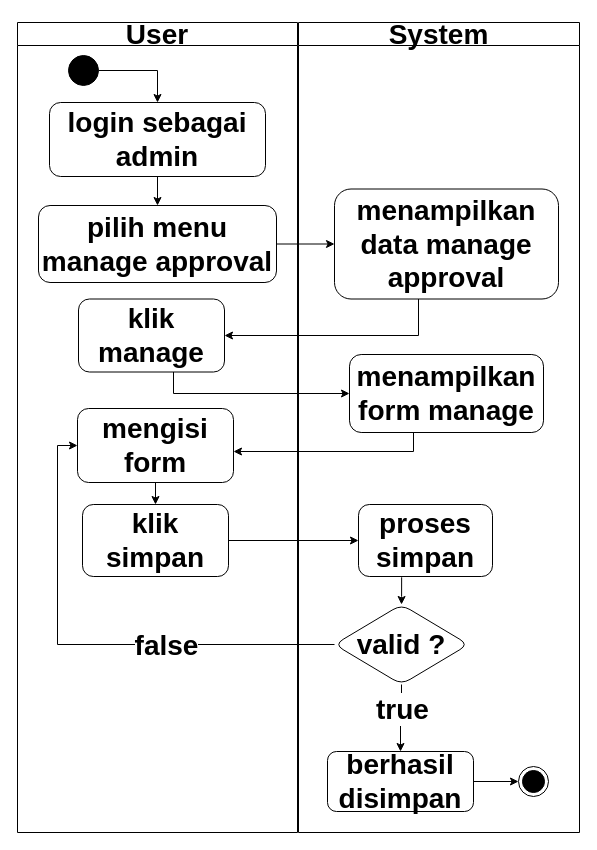
Before: page "Copy of Activity anggota" (9 of 43) of public/Untitled Diagram.drawio in alinurd/simpanPinjam, a draw.io diagram. Source tidied: cells renumbered, new cells numbered last; positions are measured from the earlier drawing's top-left corner, leaving out a move shared by most shapes. Both pictures are drawn from the tidied source at 100%, with x=0, y=0 at pixel (17, 22).
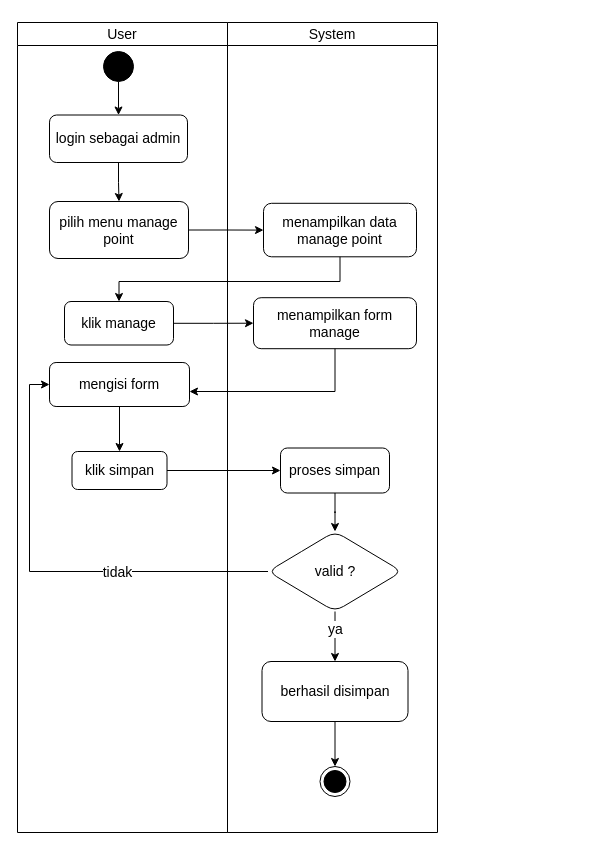
The same diagram, later.

Diff of the diagram source:
```diff
@@
-    <mxCell id="2" style="group;fontSize=28;fontStyle=1;" parent="1" vertex="1">
+    <mxCell id="2" style="group;fontSize=14;fontStyle=0;" parent="1" vertex="1">
       <mxGeometry width="562" height="810" as="geometry" />
     </mxCell>
-    <mxCell id="3" value="User" style="swimlane;whiteSpace=wrap;html=1;fontSize=28;fontStyle=1;" parent="2" vertex="1">
-      <mxGeometry width="280" height="810" as="geometry" />
+    <mxCell id="3" value="User" style="swimlane;whiteSpace=wrap;html=1;fontSize=14;fontStyle=0;" parent="2" vertex="1">
+      <mxGeometry width="210" height="810" as="geometry" />
     </mxCell>
-    <mxCell id="4" style="edgeStyle=orthogonalEdgeStyle;rounded=0;jettySize=auto;html=1;fontSize=28;fontStyle=1;" parent="3" edge="1" source="5" target="6">
+    <mxCell id="4" style="edgeStyle=orthogonalEdgeStyle;rounded=0;jettySize=auto;html=1;fontSize=14;fontStyle=0;" parent="3" edge="1" source="5" target="6">
       <mxGeometry relative="1" as="geometry" />
     </mxCell>
-    <mxCell id="5" value="login sebagai admin" style="rounded=1;whiteSpace=wrap;html=1;fontSize=28;fontStyle=1;" parent="3" vertex="1">
-      <mxGeometry x="32" y="80" width="216" height="74" as="geometry" />
+    <mxCell id="5" value="login sebagai admin" style="rounded=1;whiteSpace=wrap;html=1;fontSize=14;fontStyle=0;" parent="3" vertex="1">
+      <mxGeometry x="32" y="92.5" width="138" height="47.5" as="geometry" />
     </mxCell>
-    <mxCell id="6" value="pilih menu manage approval" style="rounded=1;whiteSpace=wrap;html=1;fontSize=28;fontStyle=1;" parent="3" vertex="1">
-      <mxGeometry x="21" y="183" width="238" height="77" as="geometry" />
+    <mxCell id="6" value="pilih menu manage point" style="rounded=1;whiteSpace=wrap;html=1;fontSize=14;fontStyle=0;" parent="3" vertex="1">
+      <mxGeometry x="32" y="179" width="139" height="57" as="geometry" />
     </mxCell>
-    <mxCell id="7" value="klik manage" style="rounded=1;whiteSpace=wrap;html=1;fontSize=28;fontStyle=1;" parent="3" vertex="1">
-      <mxGeometry x="61" y="276.5" width="146" height="73" as="geometry" />
+    <mxCell id="7" value="klik manage" style="rounded=1;whiteSpace=wrap;html=1;fontSize=14;fontStyle=0;" parent="3" vertex="1">
+      <mxGeometry x="47" y="279" width="109" height="43.5" as="geometry" />
     </mxCell>
-    <mxCell id="8" style="edgeStyle=orthogonalEdgeStyle;rounded=0;jettySize=auto;html=1;fontSize=28;fontStyle=1;" parent="3" edge="1" source="9" target="10">
+    <mxCell id="8" style="edgeStyle=orthogonalEdgeStyle;rounded=0;jettySize=auto;html=1;fontSize=14;fontStyle=0;" parent="3" edge="1" source="9" target="10">
       <mxGeometry relative="1" as="geometry" />
     </mxCell>
-    <mxCell id="9" value="mengisi form" style="rounded=1;whiteSpace=wrap;html=1;fontSize=28;fontStyle=1;" parent="3" vertex="1">
-      <mxGeometry x="60" y="386" width="156" height="74" as="geometry" />
+    <mxCell id="9" value="mengisi form" style="rounded=1;whiteSpace=wrap;html=1;fontSize=14;fontStyle=0;" parent="3" vertex="1">
+      <mxGeometry x="32" y="340" width="140" height="44" as="geometry" />
     </mxCell>
-    <mxCell id="10" value="klik simpan" style="rounded=1;whiteSpace=wrap;html=1;fontSize=28;fontStyle=1;" parent="3" vertex="1">
-      <mxGeometry x="65" y="482" width="146" height="72" as="geometry" />
+    <mxCell id="10" value="klik simpan" style="rounded=1;whiteSpace=wrap;html=1;fontSize=14;fontStyle=0;" parent="3" vertex="1">
+      <mxGeometry x="54.5" y="429" width="95" height="38" as="geometry" />
     </mxCell>
+    <mxCell id="28" style="edgeStyle=orthogonalEdgeStyle;rounded=0;jettySize=auto;html=1;exitX=0.5;exitY=1;exitDx=0;exitDy=0;fontSize=14;fontStyle=0;" parent="3" edge="1" source="29" target="5">
+      <mxGeometry relative="1" as="geometry" />
+    </mxCell>
+    <mxCell id="29" style="ellipse;fillColor=strokeColor;html=1;fontSize=14;fontStyle=0;" parent="3" vertex="1">
+      <mxGeometry x="86" y="29" width="30" height="30" as="geometry" />
+    </mxCell>
+    <mxCell id="30" value="System" style="swimlane;whiteSpace=wrap;html=1;fontSize=14;fontStyle=0;" parent="2" vertex="1">
+      <mxGeometry x="210" width="210" height="810" as="geometry" />
+    </mxCell>
-    <mxCell id="11" value="menampilkan data manage approval" style="rounded=1;whiteSpace=wrap;html=1;fontSize=28;fontStyle=1;" parent="3" vertex="1">
-      <mxGeometry x="317" y="166.5" width="224" height="110" as="geometry" />
+    <mxCell id="11" value="menampilkan data manage point" style="rounded=1;whiteSpace=wrap;html=1;fontSize=14;fontStyle=0;" parent="30" vertex="1">
+      <mxGeometry x="36" y="180.8" width="153" height="53.5" as="geometry" />
     </mxCell>
-    <mxCell id="12" value="menampilkan form manage" style="rounded=1;whiteSpace=wrap;html=1;fontSize=28;fontStyle=1;" parent="3" vertex="1">
-      <mxGeometry x="332" y="332" width="194" height="78" as="geometry" />
+    <mxCell id="12" value="menampilkan form manage" style="rounded=1;whiteSpace=wrap;html=1;fontSize=14;fontStyle=0;" parent="30" vertex="1">
+      <mxGeometry x="26" y="275.2" width="163" height="51" as="geometry" />
     </mxCell>
-    <mxCell id="13" style="edgeStyle=orthogonalEdgeStyle;rounded=0;jettySize=auto;html=1;fontSize=28;fontStyle=1;exitX=0.322;exitY=1.011;exitDx=0;exitDy=0;exitPerimeter=0;" parent="3" edge="1" source="14" target="15">
-      <mxGeometry relative="1" as="geometry" />
-    </mxCell>
-    <mxCell id="14" value="proses simpan" style="rounded=1;whiteSpace=wrap;html=1;fontSize=28;fontStyle=1;" parent="3" vertex="1">
-      <mxGeometry x="341" y="482" width="134" height="72" as="geometry" />
+    <mxCell id="14" value="proses simpan" style="rounded=1;whiteSpace=wrap;html=1;fontSize=14;fontStyle=0;" parent="30" vertex="1">
+      <mxGeometry x="53" y="425.5" width="109" height="45" as="geometry" />
     </mxCell>
-    <mxCell id="15" value="valid ?" style="rhombus;whiteSpace=wrap;html=1;rounded=1;fontSize=28;fontStyle=1;" parent="3" vertex="1">
-      <mxGeometry x="317" y="582" width="134" height="80" as="geometry" />
+    <mxCell id="15" value="valid ?" style="rhombus;whiteSpace=wrap;html=1;rounded=1;fontSize=14;fontStyle=0;" parent="30" vertex="1">
+      <mxGeometry x="40.5" y="509" width="134" height="80" as="geometry" />
     </mxCell>
-    <mxCell id="16" style="edgeStyle=orthogonalEdgeStyle;rounded=0;jettySize=auto;html=1;fontSize=28;fontStyle=1;" parent="3" edge="1" source="17" target="20">
-      <mxGeometry relative="1" as="geometry" />
-    </mxCell>
+    <mxCell id="13" style="edgeStyle=orthogonalEdgeStyle;rounded=0;jettySize=auto;html=1;fontSize=14;fontStyle=0;exitX=0.5;exitY=1;exitDx=0;exitDy=0;" parent="30" edge="1" source="14" target="15">
+      <mxGeometry relative="1" as="geometry" />
+    </mxCell>
-    <mxCell id="17" value="berhasil disimpan" style="whiteSpace=wrap;html=1;rounded=1;fontSize=28;fontStyle=1;" parent="3" vertex="1">
-      <mxGeometry x="310" y="729" width="146" height="60" as="geometry" />
+    <mxCell id="17" value="berhasil disimpan" style="whiteSpace=wrap;html=1;rounded=1;fontSize=14;fontStyle=0;" parent="30" vertex="1">
+      <mxGeometry x="34.5" y="639" width="146" height="60" as="geometry" />
     </mxCell>
-    <mxCell id="18" style="edgeStyle=orthogonalEdgeStyle;rounded=0;jettySize=auto;html=1;fontSize=28;fontStyle=1;" parent="3" edge="1" source="15" target="17">
+    <mxCell id="18" style="edgeStyle=orthogonalEdgeStyle;rounded=0;jettySize=auto;html=1;fontSize=14;fontStyle=0;" parent="30" edge="1" source="15" target="17">
       <mxGeometry relative="1" as="geometry" />
     </mxCell>
-    <mxCell id="19" value="true" style="edgeLabel;html=1;align=center;verticalAlign=middle;fontSize=28;fontStyle=1;" parent="18" vertex="1">
+    <mxCell id="19" value="ya" style="edgeLabel;html=1;align=center;verticalAlign=middle;fontSize=14;fontStyle=0;" parent="18" vertex="1">
       <mxGeometry x="-0.2" relative="1" as="geometry">
         <mxPoint y="-3" as="offset" />
       </mxGeometry>
     </mxCell>
-    <mxCell id="20" style="ellipse;html=1;shape=endState;fillColor=strokeColor;fontSize=28;fontStyle=1;" parent="3" vertex="1">
-      <mxGeometry x="501" y="744" width="30" height="30" as="geometry" />
+    <mxCell id="20" style="ellipse;html=1;shape=endState;fillColor=strokeColor;fontSize=14;fontStyle=0;" parent="30" vertex="1">
+      <mxGeometry x="92.5" y="744" width="30" height="30" as="geometry" />
     </mxCell>
+    <mxCell id="16" style="edgeStyle=orthogonalEdgeStyle;rounded=0;jettySize=auto;html=1;fontSize=14;fontStyle=0;" parent="30" edge="1" source="17" target="20">
+      <mxGeometry relative="1" as="geometry" />
+    </mxCell>
-    <mxCell id="21" style="edgeStyle=orthogonalEdgeStyle;rounded=0;jettySize=auto;html=1;fontSize=28;fontStyle=1;" parent="3" edge="1" source="6" target="11">
+    <mxCell id="21" style="edgeStyle=orthogonalEdgeStyle;rounded=0;jettySize=auto;html=1;fontSize=14;fontStyle=0;" parent="2" edge="1" source="6" target="11">
       <mxGeometry relative="1" as="geometry" />
     </mxCell>
+    <mxCell id="26" style="edgeStyle=orthogonalEdgeStyle;rounded=0;jettySize=auto;html=1;entryX=0.5;entryY=0;entryDx=0;entryDy=0;fontSize=14;fontStyle=0;" parent="2" edge="1" source="11" target="7">
+      <mxGeometry relative="1" as="geometry">
+        <Array as="points">
+          <mxPoint x="323" y="259" />
+          <mxPoint x="102" y="259" />
+        </Array>
+      </mxGeometry>
+    </mxCell>
-    <mxCell id="22" style="edgeStyle=orthogonalEdgeStyle;rounded=0;jettySize=auto;html=1;fontSize=28;fontStyle=1;" parent="3" edge="1" source="12" target="9">
+    <mxCell id="22" style="edgeStyle=orthogonalEdgeStyle;rounded=0;jettySize=auto;html=1;fontSize=14;fontStyle=0;exitX=0.5;exitY=1;exitDx=0;exitDy=0;" parent="2" edge="1" source="12" target="9">
       <mxGeometry relative="1" as="geometry">
         <Array as="points">
-          <mxPoint x="396" y="429" />
+          <mxPoint x="318" y="369" />
         </Array>
       </mxGeometry>
     </mxCell>
-    <mxCell id="23" style="edgeStyle=orthogonalEdgeStyle;rounded=0;jettySize=auto;html=1;fontSize=28;fontStyle=1;" parent="3" edge="1" source="10" target="14">
+    <mxCell id="23" style="edgeStyle=orthogonalEdgeStyle;rounded=0;jettySize=auto;html=1;fontSize=14;fontStyle=0;" parent="2" edge="1" source="10" target="14">
       <mxGeometry relative="1" as="geometry" />
     </mxCell>
+    <mxCell id="27" style="edgeStyle=orthogonalEdgeStyle;rounded=0;jettySize=auto;html=1;" parent="2" edge="1" source="7" target="12">
+      <mxGeometry relative="1" as="geometry" />
+    </mxCell>
-    <mxCell id="24" style="edgeStyle=orthogonalEdgeStyle;rounded=0;jettySize=auto;html=1;entryX=0;entryY=0.5;entryDx=0;entryDy=0;fontSize=28;fontStyle=1;" parent="3" edge="1" source="15" target="9">
+    <mxCell id="24" style="edgeStyle=orthogonalEdgeStyle;rounded=0;jettySize=auto;html=1;entryX=0;entryY=0.5;entryDx=0;entryDy=0;fontSize=14;fontStyle=0;" parent="2" edge="1" source="15" target="9">
       <mxGeometry relative="1" as="geometry" />
     </mxCell>
-    <mxCell id="25" value="false" style="edgeLabel;html=1;align=center;verticalAlign=middle;fontSize=28;fontStyle=1;" parent="24" vertex="1">
+    <mxCell id="25" value="tidak" style="edgeLabel;html=1;align=center;verticalAlign=middle;fontSize=14;fontStyle=0;" parent="24" vertex="1">
       <mxGeometry x="-0.32" relative="1" as="geometry" />
     </mxCell>
-    <mxCell id="26" style="edgeStyle=orthogonalEdgeStyle;rounded=0;jettySize=auto;html=1;entryX=1;entryY=0.5;entryDx=0;entryDy=0;fontSize=28;fontStyle=1;" parent="3" edge="1" source="11" target="7">
-      <mxGeometry relative="1" as="geometry">
-        <Array as="points">
-          <mxPoint x="401" y="313" />
-        </Array>
-      </mxGeometry>
-    </mxCell>
-    <mxCell id="27" style="edgeStyle=orthogonalEdgeStyle;rounded=0;jettySize=auto;html=1;entryX=0;entryY=0.5;entryDx=0;entryDy=0;fontSize=28;fontStyle=1;" parent="3" edge="1" source="7" target="12">
-      <mxGeometry relative="1" as="geometry">
-        <Array as="points">
-          <mxPoint x="156" y="371" />
-        </Array>
-      </mxGeometry>
-    </mxCell>
-    <mxCell id="28" style="edgeStyle=orthogonalEdgeStyle;rounded=0;jettySize=auto;html=1;exitX=1;exitY=0.5;exitDx=0;exitDy=0;" parent="3" edge="1" source="29" target="5">
-      <mxGeometry relative="1" as="geometry" />
-    </mxCell>
-    <mxCell id="29" style="ellipse;fillColor=strokeColor;html=1;fontSize=28;fontStyle=1;" parent="3" vertex="1">
-      <mxGeometry x="51" y="33" width="30" height="30" as="geometry" />
-    </mxCell>
-    <mxCell id="30" value="System" style="swimlane;whiteSpace=wrap;html=1;fontSize=28;fontStyle=1;" parent="2" vertex="1">
-      <mxGeometry x="281" width="281" height="810" as="geometry" />
-    </mxCell>
```
